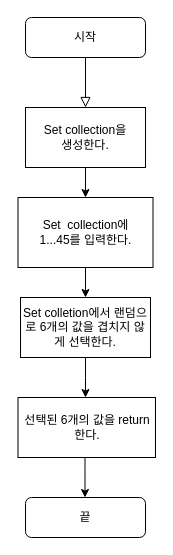
Before: CodeStarterCamp_Week2/Untitled Diagram.drawio in yagom-academy/swift-starter-Round2, a draw.io diagram. Source tidied: cells renumbered, new cells numbered last; positions are measured from the earlier drawing's top-left corner, leaving out a move shared by most shapes. Both pictures are drawn from the tidied source at 100%, with x=0, y=0 at pixel (17, 17).
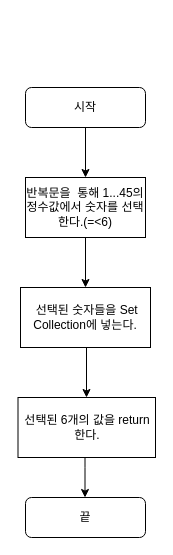
After the change.

Diff of the diagram source:
```diff
@@
 <mxGraphModel>
   <root>
     <mxCell id="0" />
     <mxCell id="1" parent="0" />
-    <mxCell id="2" style="rounded=0;html=1;jettySize=auto;fontSize=11;endArrow=block;endFill=0;endSize=8;strokeWidth=1;shadow=0;labelBackgroundColor=none;edgeStyle=orthogonalEdgeStyle;" parent="1" edge="1" source="3" target="8">
-      <mxGeometry relative="1" as="geometry" />
-    </mxCell>
+    <mxCell id="13" style="edgeStyle=orthogonalEdgeStyle;rounded=0;jettySize=auto;html=1;" parent="1" edge="1" source="3" target="16">
+      <mxGeometry relative="1" as="geometry" />
+    </mxCell>
     <mxCell id="3" value="시작" style="rounded=1;whiteSpace=wrap;html=1;fontSize=12;glass=0;strokeWidth=1;shadow=0;" parent="1" vertex="1">
-      <mxGeometry x="8" width="120" height="40" as="geometry" />
+      <mxGeometry x="8" y="70" width="120" height="40" as="geometry" />
     </mxCell>
     <mxCell id="4" value="끝" style="rounded=1;whiteSpace=wrap;html=1;fontSize=12;glass=0;strokeWidth=1;shadow=0;" parent="1" vertex="1">
       <mxGeometry x="8" y="480" width="120" height="40" as="geometry" />
     </mxCell>
-    <mxCell id="5" style="edgeStyle=orthogonalEdgeStyle;rounded=0;jettySize=auto;html=1;" parent="1" edge="1" source="6" target="10">
-      <mxGeometry relative="1" as="geometry" />
-    </mxCell>
-    <mxCell id="6" value="Set &amp;nbsp;collection에 &lt;br&gt;1...45를&amp;nbsp;입력한다." style="rounded=0;whiteSpace=wrap;html=1;" parent="1" vertex="1">
-      <mxGeometry x="0.5" y="180" width="135" height="70" as="geometry" />
-    </mxCell>
-    <mxCell id="7" style="edgeStyle=orthogonalEdgeStyle;rounded=0;jettySize=auto;html=1;" parent="1" edge="1" source="8" target="6">
-      <mxGeometry relative="1" as="geometry" />
-    </mxCell>
-    <mxCell id="8" value="Set collection을&lt;br&gt;생성한다." style="rounded=0;whiteSpace=wrap;html=1;" parent="1" vertex="1">
-      <mxGeometry x="8" y="90" width="120" height="60" as="geometry" />
-    </mxCell>
-    <mxCell id="9" style="edgeStyle=orthogonalEdgeStyle;rounded=0;jettySize=auto;html=1;" parent="1" edge="1" source="10">
-      <mxGeometry relative="1" as="geometry">
-        <mxPoint x="68" y="380" as="targetPoint" />
-      </mxGeometry>
-    </mxCell>
+    <mxCell id="14" style="edgeStyle=orthogonalEdgeStyle;rounded=0;jettySize=auto;html=1;" parent="1" edge="1" target="12">
+      <mxGeometry relative="1" as="geometry">
+        <mxPoint x="68" y="330" as="sourcePoint" />
+        <Array as="points">
+          <mxPoint x="69" y="330" />
+          <mxPoint x="69" y="330" />
+        </Array>
+      </mxGeometry>
+    </mxCell>
-    <mxCell id="10" value="Set colletion에서 랜덤으로 6개의 값을 겹치지 않게 선택한다." style="whiteSpace=wrap;html=1;rounded=0;" parent="1" vertex="1">
-      <mxGeometry x="3" y="280" width="130" height="60" as="geometry" />
+    <mxCell id="10" value="&amp;nbsp;선택된 숫자들을 Set Collection에 넣는다." style="whiteSpace=wrap;html=1;rounded=0;" parent="1" vertex="1">
+      <mxGeometry x="3" y="270" width="130" height="60" as="geometry" />
     </mxCell>
     <mxCell id="11" style="edgeStyle=orthogonalEdgeStyle;rounded=0;orthogonalLoop=1;jettySize=auto;html=1;" parent="1" edge="1">
       <mxGeometry relative="1" as="geometry">
         <mxPoint x="67.5" y="440" as="sourcePoint" />
         <mxPoint x="67.5" y="480" as="targetPoint" />
         <Array as="points">
           <mxPoint x="67.5" y="450" />
           <mxPoint x="67.5" y="450" />
         </Array>
       </mxGeometry>
     </mxCell>
     <mxCell id="12" value="선택된 6개의 값을 return한다." style="rounded=0;whiteSpace=wrap;html=1;" parent="1" vertex="1">
       <mxGeometry x="0.5" y="380" width="137.5" height="60" as="geometry" />
     </mxCell>
+    <mxCell id="15" style="edgeStyle=orthogonalEdgeStyle;rounded=0;jettySize=auto;html=1;" parent="1" edge="1" source="16" target="10">
+      <mxGeometry relative="1" as="geometry" />
+    </mxCell>
+    <mxCell id="16" value="반복문을 &amp;nbsp;통해 1...45의 정수값에서 숫자를 선택한다.(=&amp;lt;6)" style="rounded=0;whiteSpace=wrap;html=1;" parent="1" vertex="1">
+      <mxGeometry x="8" y="160" width="120" height="60" as="geometry" />
+    </mxCell>
   </root>
 </mxGraphModel>
```
